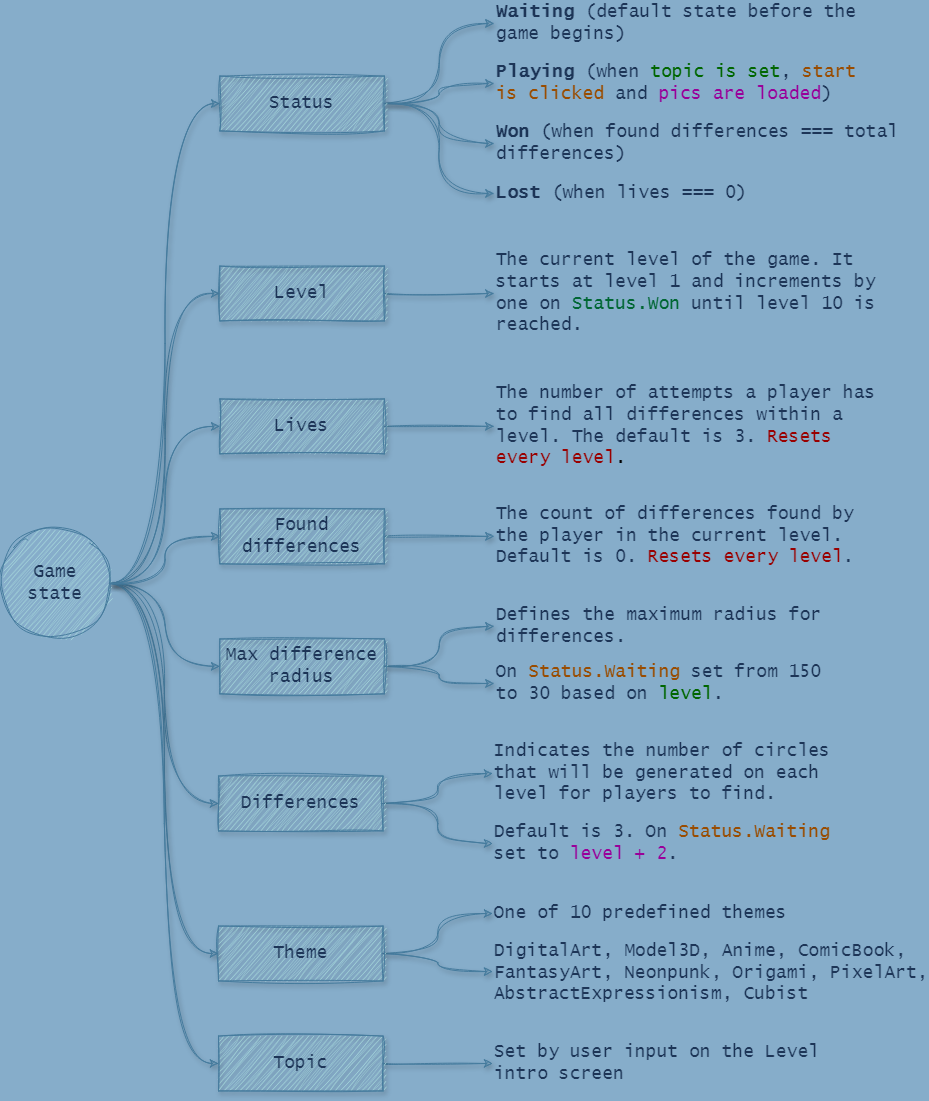
This is ftd-game-state.png from vasilyoshev/ai-assistant, a draw.io export, as it was before one commit. Source tidied: cells renumbered, new cells last; positions are measured from the earlier drawing's top-left corner, leaving out a move shared by most shapes.
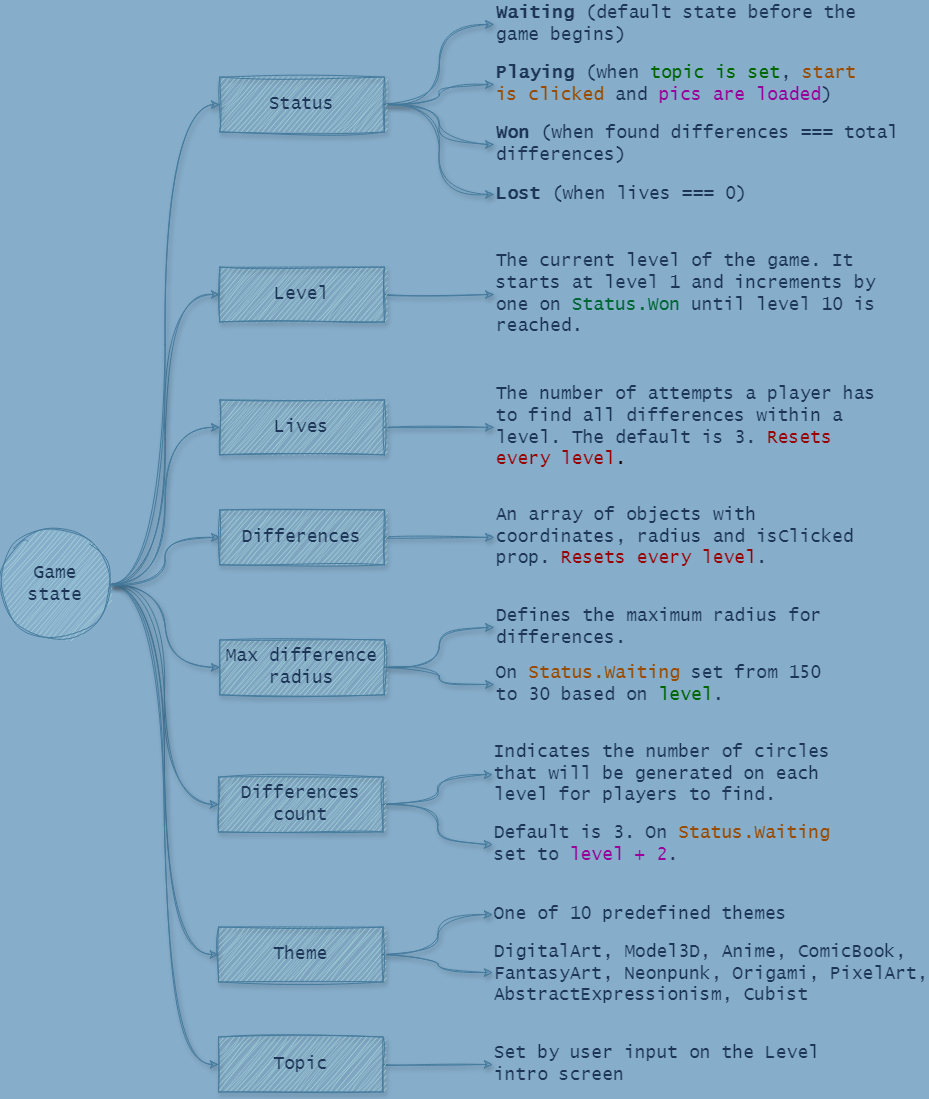
The same diagram one commit later.

Diff of the diagram source:
```diff
@@ -68,7 +68,7 @@
     <mxCell id="23" value="The number of attempts a player has to find all differences within a level. The default is 3. &lt;font color=&quot;#990000&quot;&gt;Resets every level&lt;/font&gt;&lt;font color=&quot;#000000&quot;&gt;.&lt;/font&gt;" style="text;html=1;align=left;verticalAlign=middle;whiteSpace=wrap;rounded=0;fontFamily=Lucida Console;fontColor=#1D3557;labelBackgroundColor=none;fontSize=18;strokeWidth=1;shadow=1;sketch=1;curveFitting=1;jiggle=2;" parent="1" vertex="1">
       <mxGeometry x="493.5" y="382.9" width="383.9" height="80" as="geometry" />
     </mxCell>
-    <mxCell id="24" value="The count of differences found by the player in the current level. Default is 0. &lt;font color=&quot;#990000&quot;&gt;Resets every level&lt;/font&gt;." style="text;html=1;align=left;verticalAlign=middle;whiteSpace=wrap;rounded=0;fontFamily=Lucida Console;fontColor=#1D3557;labelBackgroundColor=none;fontSize=18;strokeWidth=1;shadow=1;sketch=1;curveFitting=1;jiggle=2;" parent="1" vertex="1">
+    <mxCell id="24" value="An array of objects with coordinates, radius and isClicked prop. &lt;font color=&quot;#990000&quot;&gt;Resets every level&lt;/font&gt;." style="text;html=1;align=left;verticalAlign=middle;whiteSpace=wrap;rounded=0;fontFamily=Lucida Console;fontColor=#1D3557;labelBackgroundColor=none;fontSize=18;strokeWidth=1;shadow=1;sketch=1;curveFitting=1;jiggle=2;" parent="1" vertex="1">
       <mxGeometry x="493.5" y="502.9" width="383.9" height="60" as="geometry" />
     </mxCell>
     <mxCell id="25" style="edgeStyle=orthogonalEdgeStyle;rounded=0;hachureGap=4;jettySize=auto;html=1;entryX=0;entryY=0.5;entryDx=0;entryDy=0;fontFamily=Lucida Console;curved=1;fontColor=default;strokeColor=#457B9D;labelBackgroundColor=none;fontSize=18;strokeWidth=1;shadow=1;sketch=1;curveFitting=1;jiggle=2;" parent="1" edge="1" source="41" target="34">
@@ -125,7 +125,7 @@
     <mxCell id="42" value="Level" style="rounded=0;whiteSpace=wrap;html=1;hachureGap=4;fontFamily=Lucida Console;fillColor=#A8DADC;strokeColor=#457B9D;fontColor=#1D3557;labelBackgroundColor=none;fontSize=18;strokeWidth=1;shadow=1;sketch=1;curveFitting=1;jiggle=2;" parent="1" vertex="1">
       <mxGeometry x="219.4" y="262.6" width="164.5" height="54.8" as="geometry" />
     </mxCell>
-    <mxCell id="43" value="Differences" style="rounded=0;whiteSpace=wrap;html=1;hachureGap=4;fontFamily=Lucida Console;fillColor=#A8DADC;strokeColor=#457B9D;fontColor=#1D3557;labelBackgroundColor=none;fontSize=18;strokeWidth=1;shadow=1;sketch=1;curveFitting=1;jiggle=2;" parent="1" vertex="1">
+    <mxCell id="43" value="Differences count" style="rounded=0;whiteSpace=wrap;html=1;hachureGap=4;fontFamily=Lucida Console;fillColor=#A8DADC;strokeColor=#457B9D;fontColor=#1D3557;labelBackgroundColor=none;fontSize=18;strokeWidth=1;shadow=1;sketch=1;curveFitting=1;jiggle=2;" parent="1" vertex="1">
       <mxGeometry x="218" y="772.6" width="164.5" height="54.8" as="geometry" />
     </mxCell>
     <mxCell id="44" value="Topic" style="rounded=0;whiteSpace=wrap;html=1;hachureGap=4;fontFamily=Lucida Console;fillColor=#A8DADC;strokeColor=#457B9D;fontColor=#1D3557;labelBackgroundColor=none;fontSize=18;strokeWidth=1;shadow=1;sketch=1;curveFitting=1;jiggle=2;" parent="1" vertex="1">
@@ -134,7 +134,7 @@
     <mxCell id="45" value="Max difference radius" style="rounded=0;whiteSpace=wrap;html=1;hachureGap=4;fontFamily=Lucida Console;fillColor=#A8DADC;strokeColor=#457B9D;fontColor=#1D3557;labelBackgroundColor=none;fontSize=18;strokeWidth=1;shadow=1;sketch=1;curveFitting=1;jiggle=2;" parent="1" vertex="1">
       <mxGeometry x="219.4" y="635.5" width="164.5" height="54.8" as="geometry" />
     </mxCell>
-    <mxCell id="46" value="Found differences" style="rounded=0;whiteSpace=wrap;html=1;hachureGap=4;fontFamily=Lucida Console;fillColor=#A8DADC;strokeColor=#457B9D;fontColor=#1D3557;labelBackgroundColor=none;fontSize=18;strokeWidth=1;shadow=1;sketch=1;curveFitting=1;jiggle=2;" parent="1" vertex="1">
+    <mxCell id="46" value="Differences" style="rounded=0;whiteSpace=wrap;html=1;hachureGap=4;fontFamily=Lucida Console;fillColor=#A8DADC;strokeColor=#457B9D;fontColor=#1D3557;labelBackgroundColor=none;fontSize=18;strokeWidth=1;shadow=1;sketch=1;curveFitting=1;jiggle=2;" parent="1" vertex="1">
       <mxGeometry x="219.4" y="505.5" width="164.5" height="54.8" as="geometry" />
     </mxCell>
     <mxCell id="47" value="Theme" style="rounded=0;whiteSpace=wrap;html=1;hachureGap=4;fontFamily=Lucida Console;fillColor=#A8DADC;strokeColor=#457B9D;fontColor=#1D3557;labelBackgroundColor=none;fontSize=18;strokeWidth=1;shadow=1;sketch=1;curveFitting=1;jiggle=2;" parent="1" vertex="1">
```
